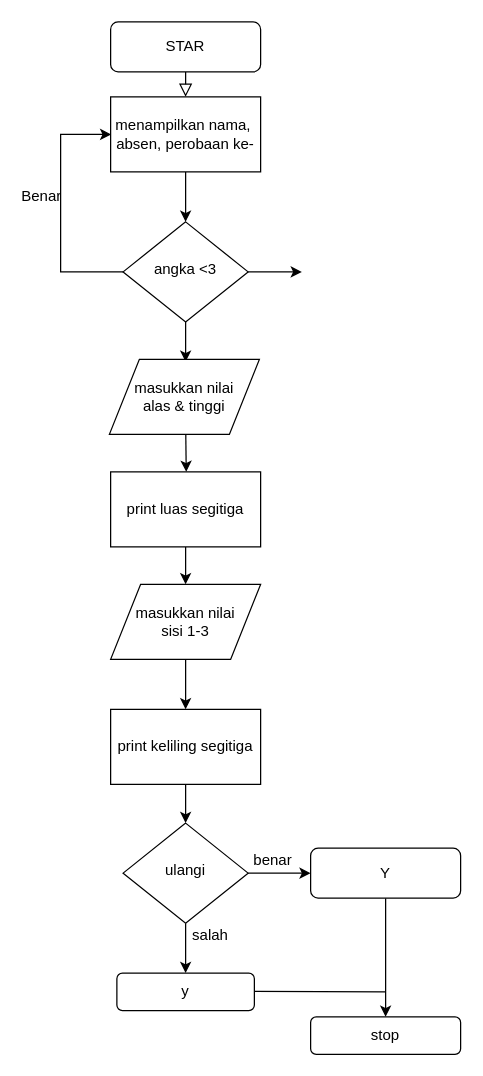
Earlier version of the draw.io diagram Untitled Diagram.drawio (rifaatulmahmudah0998/Siti-Rifatul-Mahmudah). Source tidied: cells renumbered, new cells numbered last; positions are measured from the earlier drawing's top-left corner, leaving out a move shared by most shapes. Both pictures are drawn from the tidied source at 125%, with x=0, y=0 at pixel (22, 21).
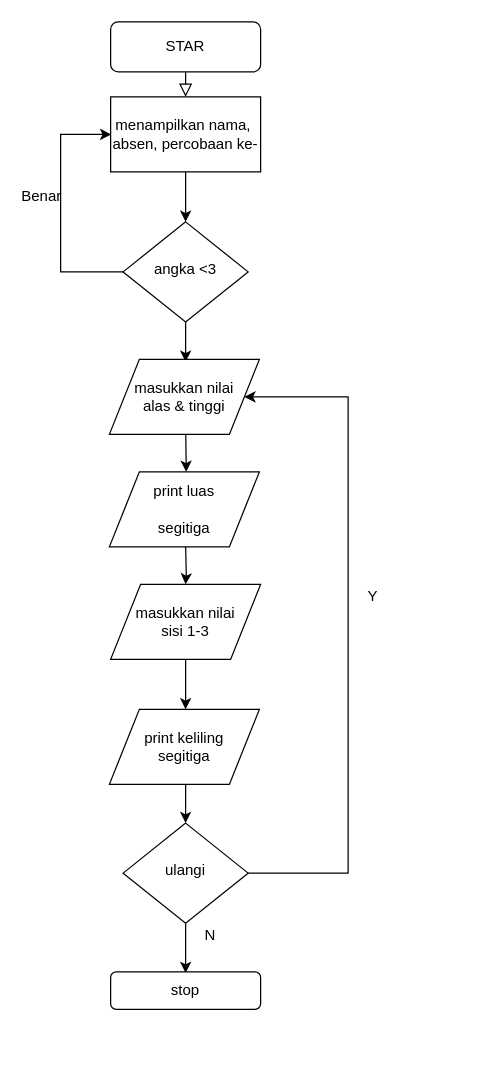
Above is the later version.

The change refers to these unchanged cells:
```xml
<mxCell id="6" value="angka &amp;lt;3" style="rhombus;whiteSpace=wrap;html=1;shadow=0;fontFamily=Helvetica;fontSize=12;align=center;strokeWidth=1;spacing=6;spacingTop=-4;" parent="1" vertex="1">
  <mxGeometry x="80" y="160" width="100" height="80" as="geometry" />
</mxCell>
<mxCell id="16" value="masukkan nilai &lt;br&gt;alas &amp;amp; tinggi" style="shape=parallelogram;perimeter=parallelogramPerimeter;whiteSpace=wrap;html=1;" parent="1" vertex="1">
  <mxGeometry x="69" y="270" width="120" height="60" as="geometry" />
</mxCell>
<mxCell id="22" value="masukkan nilai &lt;br&gt;sisi 1-3" style="shape=parallelogram;perimeter=parallelogramPerimeter;whiteSpace=wrap;html=1;" parent="1" vertex="1">
  <mxGeometry x="70" y="450" width="120" height="60" as="geometry" />
</mxCell>
<mxCell id="26" value="ulangi" style="rhombus;whiteSpace=wrap;html=1;shadow=0;fontFamily=Helvetica;fontSize=12;align=center;strokeWidth=1;spacing=6;spacingTop=-4;" parent="1" vertex="1">
  <mxGeometry x="80" y="641" width="100" height="80" as="geometry" />
</mxCell>
```

Change to the diagram source:
```diff
@@
-    <mxCell id="5" style="edgeStyle=orthogonalEdgeStyle;rounded=0;jettySize=auto;html=1;" parent="1" edge="1" source="6">
-      <mxGeometry relative="1" as="geometry">
-        <mxPoint x="223" y="200" as="targetPoint" />
-      </mxGeometry>
-    </mxCell>
@@
-    <mxCell id="9" value="y" style="rounded=1;whiteSpace=wrap;html=1;fontSize=12;glass=0;strokeWidth=1;shadow=0;" parent="1" vertex="1">
-      <mxGeometry x="75" y="761" width="110" height="30" as="geometry" />
-    </mxCell>
-    <mxCell id="10" style="endArrow=classic;html=1;exitX=0.5;exitY=1;exitDx=0;exitDy=0;" parent="1" edge="1" source="26" target="9">
-      <mxGeometry relative="1" as="geometry" />
+    <mxCell id="10" style="endArrow=classic;html=1;exitX=0.5;exitY=1;exitDx=0;exitDy=0;" parent="1" edge="1" source="26">
+      <mxGeometry relative="1" as="geometry">
+        <mxPoint x="130" y="761" as="targetPoint" />
+      </mxGeometry>
     </mxCell>
-    <mxCell id="11" style="edgeStyle=orthogonalEdgeStyle;rounded=0;jettySize=auto;html=1;entryX=0.5;entryY=0;entryDx=0;entryDy=0;" parent="1" edge="1" source="12" target="14">
-      <mxGeometry relative="1" as="geometry" />
-    </mxCell>
-    <mxCell id="12" value="Y" style="rounded=1;whiteSpace=wrap;html=1;fontSize=12;glass=0;strokeWidth=1;shadow=0;" parent="1" vertex="1">
-      <mxGeometry x="230" y="661" width="120" height="40" as="geometry" />
-    </mxCell>
-    <mxCell id="13" style="endArrow=none;html=1;" parent="1" edge="1">
-      <mxGeometry relative="1" as="geometry">
-        <mxPoint x="185" y="775.5" as="sourcePoint" />
-        <mxPoint x="290" y="776" as="targetPoint" />
-      </mxGeometry>
-    </mxCell>
     <mxCell id="14" value="stop" style="rounded=1;whiteSpace=wrap;html=1;" parent="1" vertex="1">
-      <mxGeometry x="230" y="796" width="120" height="30" as="geometry" />
+      <mxGeometry x="70" y="760" width="120" height="30" as="geometry" />
     </mxCell>
@@
-    <mxCell id="18" value="&lt;span&gt;menampilkan nama,&amp;nbsp;&lt;/span&gt;&lt;br&gt;&lt;span&gt;absen, perobaan ke-&lt;/span&gt;" style="rounded=0;whiteSpace=wrap;html=1;" parent="1" vertex="1">
+    <mxCell id="18" value="&lt;span&gt;menampilkan nama,&amp;nbsp;&lt;/span&gt;&lt;br&gt;&lt;span&gt;absen, percobaan ke-&lt;/span&gt;" style="rounded=0;whiteSpace=wrap;html=1;" parent="1" vertex="1">
       <mxGeometry x="70" y="60" width="120" height="60" as="geometry" />
     </mxCell>
-    <mxCell id="19" style="edgeStyle=orthogonalEdgeStyle;rounded=0;jettySize=auto;html=1;" parent="1" edge="1" source="20" target="22">
-      <mxGeometry relative="1" as="geometry" />
+    <mxCell id="19" style="edgeStyle=orthogonalEdgeStyle;rounded=0;jettySize=auto;html=1;" parent="1" edge="1" target="22">
+      <mxGeometry relative="1" as="geometry">
+        <mxPoint x="130" y="420" as="sourcePoint" />
+      </mxGeometry>
     </mxCell>
-    <mxCell id="20" value="print luas segitiga" style="rounded=0;whiteSpace=wrap;html=1;" parent="1" vertex="1">
-      <mxGeometry x="70" y="360" width="120" height="60" as="geometry" />
-    </mxCell>
-    <mxCell id="21" style="edgeStyle=orthogonalEdgeStyle;rounded=0;jettySize=auto;html=1;" parent="1" edge="1" source="22" target="24">
-      <mxGeometry relative="1" as="geometry" />
+    <mxCell id="21" style="edgeStyle=orthogonalEdgeStyle;rounded=0;jettySize=auto;html=1;" parent="1" edge="1" source="22">
+      <mxGeometry relative="1" as="geometry">
+        <mxPoint x="130" y="550" as="targetPoint" />
+      </mxGeometry>
     </mxCell>
@@
-    <mxCell id="23" style="edgeStyle=orthogonalEdgeStyle;rounded=0;jettySize=auto;html=1;entryX=0.5;entryY=0;entryDx=0;entryDy=0;" parent="1" edge="1" source="24" target="26">
-      <mxGeometry relative="1" as="geometry" />
+    <mxCell id="23" style="edgeStyle=orthogonalEdgeStyle;rounded=0;jettySize=auto;html=1;entryX=0.5;entryY=0;entryDx=0;entryDy=0;" parent="1" edge="1" target="26">
+      <mxGeometry relative="1" as="geometry">
+        <mxPoint x="130" y="610" as="sourcePoint" />
+      </mxGeometry>
     </mxCell>
-    <mxCell id="24" value="print keliling segitiga" style="rounded=0;whiteSpace=wrap;html=1;" parent="1" vertex="1">
-      <mxGeometry x="70" y="550" width="120" height="60" as="geometry" />
-    </mxCell>
-    <mxCell id="25" style="edgeStyle=orthogonalEdgeStyle;rounded=0;jettySize=auto;html=1;entryX=0;entryY=0.5;entryDx=0;entryDy=0;" parent="1" edge="1" source="26" target="12">
-      <mxGeometry relative="1" as="geometry" />
+    <mxCell id="25" style="edgeStyle=orthogonalEdgeStyle;rounded=0;jettySize=auto;html=1;entryX=1;entryY=0.5;entryDx=0;entryDy=0;" parent="1" edge="1" source="26" target="16">
+      <mxGeometry relative="1" as="geometry">
+        <Array as="points">
+          <mxPoint x="260" y="681" />
+          <mxPoint x="260" y="300" />
+        </Array>
+      </mxGeometry>
     </mxCell>
@@
-    <mxCell id="27" value="benar" style="text;html=1;strokeColor=none;fillColor=none;align=center;verticalAlign=middle;whiteSpace=wrap;rounded=0;" parent="1" vertex="1">
-      <mxGeometry x="180" y="661" width="40" height="20" as="geometry" />
+    <mxCell id="27" value="Y" style="text;html=1;strokeColor=none;fillColor=none;align=center;verticalAlign=middle;whiteSpace=wrap;rounded=0;" parent="1" vertex="1">
+      <mxGeometry x="260" y="450" width="40" height="20" as="geometry" />
     </mxCell>
-    <mxCell id="28" value="salah" style="text;html=1;strokeColor=none;fillColor=none;align=center;verticalAlign=middle;whiteSpace=wrap;rounded=0;" parent="1" vertex="1">
+    <mxCell id="28" value="N" style="text;html=1;strokeColor=none;fillColor=none;align=center;verticalAlign=middle;whiteSpace=wrap;rounded=0;" parent="1" vertex="1">
       <mxGeometry x="130" y="721" width="40" height="20" as="geometry" />
     </mxCell>
+    <mxCell id="24" value="print keliling &lt;br&gt;segitiga" style="shape=parallelogram;perimeter=parallelogramPerimeter;whiteSpace=wrap;html=1;" parent="1" vertex="1">
+      <mxGeometry x="69" y="550" width="120" height="60" as="geometry" />
+    </mxCell>
+    <mxCell id="20" value="print luas &lt;br&gt;&lt;br&gt;segitiga" style="shape=parallelogram;perimeter=parallelogramPerimeter;whiteSpace=wrap;html=1;" parent="1" vertex="1">
+      <mxGeometry x="69" y="360" width="120" height="60" as="geometry" />
+    </mxCell>
```
